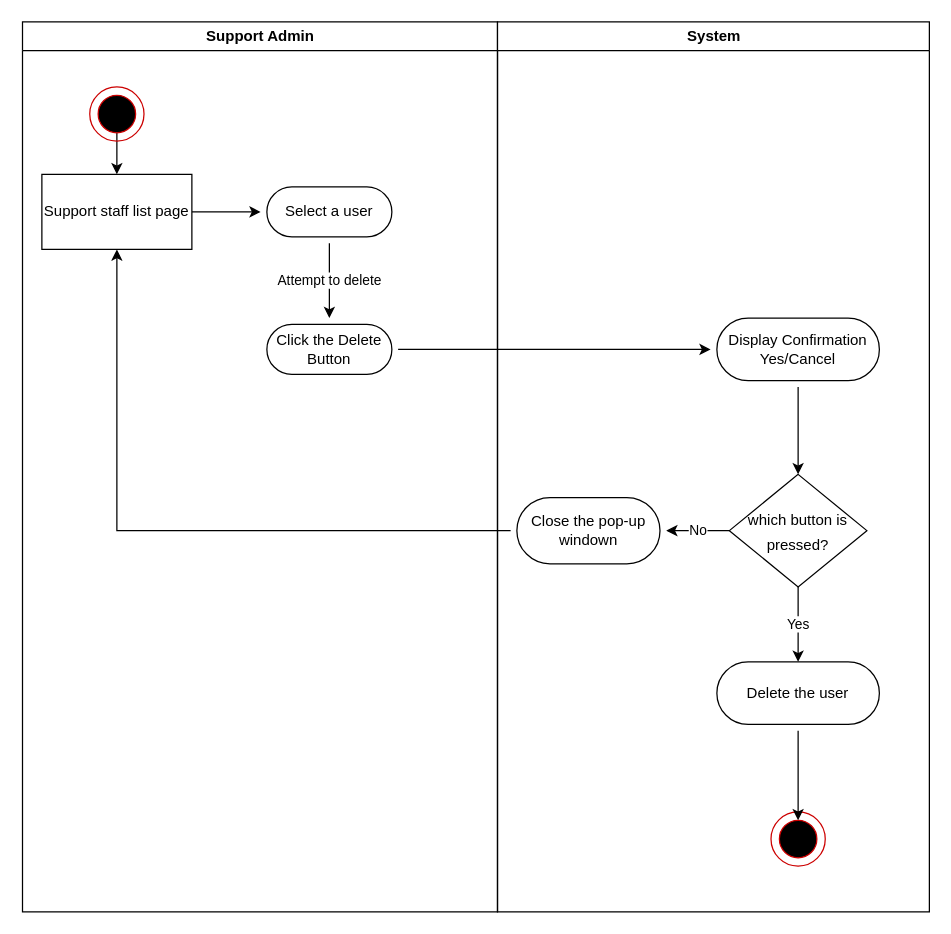
Earlier version of the draw.io diagram Activity_Diagrams/Support/DeleteSupportStaffAccount.drawio (Awrmani/AutoQuotes). Source tidied: cells renumbered, new cells numbered last; positions are measured from the earlier drawing's top-left corner, leaving out a move shared by most shapes. Both pictures are drawn from the tidied source at 125%, with x=0, y=0 at pixel (21, 21).
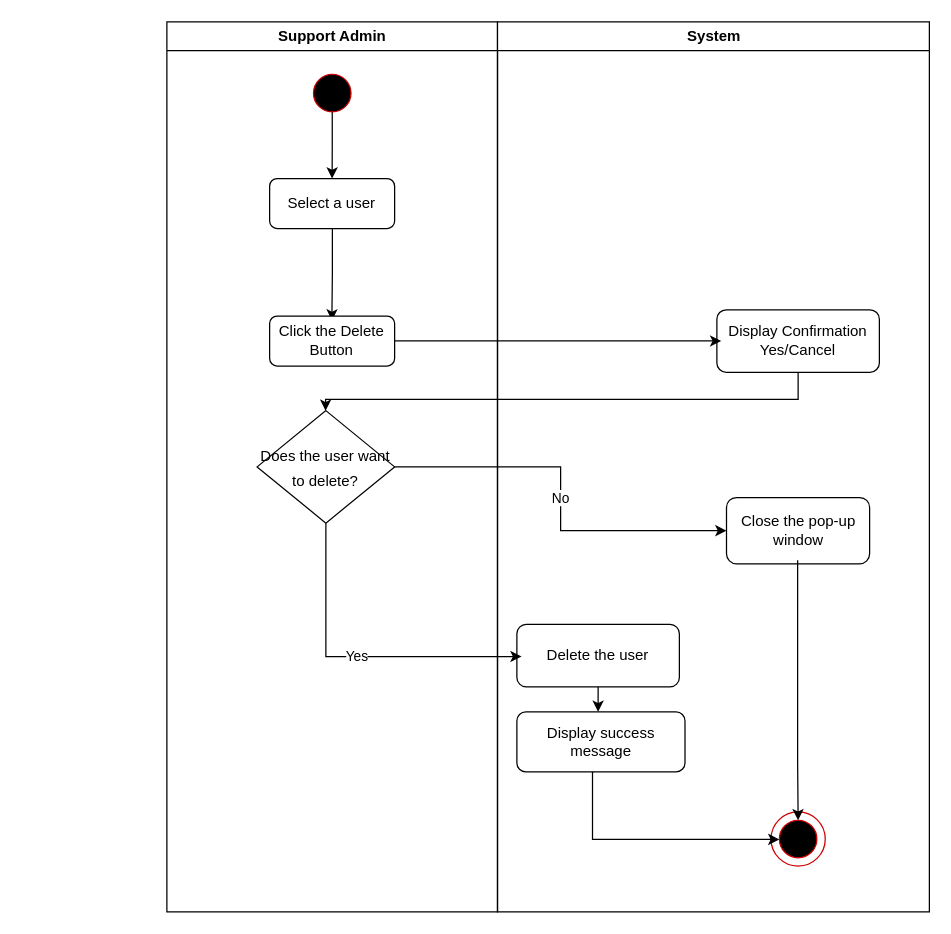
After the change.

The change refers to these unchanged cells:
```xml
<mxCell id="12" value="System" style="swimlane;whiteSpace=wrap;" parent="1" vertex="1">
  <mxGeometry x="380.5" width="345.5" height="712" as="geometry" />
</mxCell>
<mxCell id="21" style="ellipse;whiteSpace=wrap;html=1;fillColor=#000000;strokeColor=#CC0000;" parent="19" vertex="1">
  <mxGeometry x="6.7" y="6.7" width="30" height="30" as="geometry" />
</mxCell>
```

Change to the diagram source:
```diff
@@
     <mxCell id="2" value="Support Admin " style="swimlane;whiteSpace=wrap;" parent="1" vertex="1">
-      <mxGeometry x="0.5" width="380" height="712" as="geometry" />
+      <mxGeometry x="116" width="264.5" height="712" as="geometry" />
     </mxCell>
-    <mxCell id="3" style="edgeStyle=orthogonalEdgeStyle;rounded=0;jettySize=auto;html=1;" parent="2" edge="1" source="4" target="10">
-      <mxGeometry relative="1" as="geometry" />
-    </mxCell>
-    <mxCell id="4" value="Support staff list page" style="rounded=0;whiteSpace=wrap;html=1;" parent="2" vertex="1">
-      <mxGeometry x="15.5" y="122" width="120" height="60" as="geometry" />
-    </mxCell>
-    <mxCell id="5" style="edgeStyle=orthogonalEdgeStyle;rounded=0;jettySize=auto;html=1;" parent="2" edge="1" source="8" target="4">
+    <mxCell id="5" style="edgeStyle=orthogonalEdgeStyle;rounded=0;jettySize=auto;html=1;entryX=0.5;entryY=0;entryDx=0;entryDy=0;" parent="2" edge="1" source="8" target="10">
       <mxGeometry relative="1" as="geometry" />
     </mxCell>
-    <mxCell id="6" style="group;" parent="2" vertex="1">
-      <mxGeometry x="53.8" y="52" width="43.4" height="43.4" as="geometry" />
-    </mxCell>
-    <mxCell id="7" style="ellipse;whiteSpace=wrap;html=1;fillColor=none;strokeColor=#CC0000;" parent="6" vertex="1">
-      <mxGeometry width="43.4" height="43.4" as="geometry" />
-    </mxCell>
-    <mxCell id="8" style="ellipse;whiteSpace=wrap;html=1;fillColor=#000000;strokeColor=#CC0000;" parent="6" vertex="1">
-      <mxGeometry x="6.7" y="6.7" width="30" height="30" as="geometry" />
-    </mxCell>
-    <mxCell id="9" value="Attempt to delete" style="edgeStyle=orthogonalEdgeStyle;rounded=0;jettySize=auto;html=1;" parent="2" edge="1" source="10" target="11">
+    <mxCell id="9" style="edgeStyle=orthogonalEdgeStyle;rounded=0;jettySize=auto;html=1;entryX=0.498;entryY=0.088;entryDx=0;entryDy=0;entryPerimeter=0;exitX=0.502;exitY=0.931;exitDx=0;exitDy=0;exitPerimeter=0;" parent="2" edge="1" source="10" target="11">
       <mxGeometry relative="1" as="geometry" />
     </mxCell>
-    <mxCell id="10" value="Select a user" style="rounded=1;whiteSpace=wrap;html=1;perimeterSpacing=5;arcSize=50;" parent="2" vertex="1">
-      <mxGeometry x="195.5" y="132" width="100" height="40" as="geometry" />
+    <mxCell id="10" value="Select a user" style="rounded=1;whiteSpace=wrap;html=1;" parent="2" vertex="1">
+      <mxGeometry x="82.2" y="125.3" width="100" height="40" as="geometry" />
     </mxCell>
-    <mxCell id="11" value="Click the Delete Button" style="rounded=1;whiteSpace=wrap;html=1;perimeterSpacing=5;arcSize=50;" parent="2" vertex="1">
-      <mxGeometry x="195.5" y="242" width="100" height="40" as="geometry" />
+    <mxCell id="11" value="Click the Delete Button" style="rounded=1;whiteSpace=wrap;html=1;" parent="2" vertex="1">
+      <mxGeometry x="82.2" y="235.3" width="100" height="40" as="geometry" />
     </mxCell>
+    <mxCell id="6" style="group;" parent="2" vertex="1">
+      <mxGeometry x="223.8" y="42" width="43.4" height="43.4" as="geometry" />
+    </mxCell>
+    <mxCell id="8" style="ellipse;whiteSpace=wrap;html=1;fillColor=#000000;strokeColor=#CC0000;" parent="6" vertex="1">
+      <mxGeometry x="-106.5" width="30" height="30" as="geometry" />
+    </mxCell>
+    <mxCell id="17" value="&lt;span style=&quot;font-size: 12px;&quot;&gt;Does the user want to delete?&lt;br&gt;&lt;/span&gt;" style="rhombus;whiteSpace=wrap;html=1;fontSize=16;strokeColor=default;fillColor=default;" parent="2" vertex="1">
+      <mxGeometry x="72.2" y="311" width="110" height="90" as="geometry" />
+    </mxCell>
@@
-    <mxCell id="13" style="edgeStyle=orthogonalEdgeStyle;rounded=0;jettySize=auto;html=1;" parent="12" edge="1" source="14" target="17">
-      <mxGeometry relative="1" as="geometry" />
-    </mxCell>
-    <mxCell id="14" value="Display Confirmation Yes/Cancel" style="rounded=1;whiteSpace=wrap;html=1;perimeterSpacing=5;arcSize=50;" parent="12" vertex="1">
-      <mxGeometry x="175.5" y="237" width="130" height="50" as="geometry" />
+    <mxCell id="14" value="Display Confirmation Yes/Cancel" style="rounded=1;whiteSpace=wrap;html=1;" parent="12" vertex="1">
+      <mxGeometry x="175.5" y="230.3" width="130" height="50" as="geometry" />
     </mxCell>
-    <mxCell id="15" value="Yes" style="edgeStyle=orthogonalEdgeStyle;rounded=0;jettySize=auto;html=1;" parent="12" edge="1" source="17">
-      <mxGeometry relative="1" as="geometry">
-        <mxPoint x="240.5" y="512" as="targetPoint" />
-      </mxGeometry>
-    </mxCell>
-    <mxCell id="16" value="No" style="edgeStyle=orthogonalEdgeStyle;rounded=0;jettySize=auto;html=1;" parent="12" edge="1" source="17" target="18">
-      <mxGeometry relative="1" as="geometry" />
-    </mxCell>
-    <mxCell id="17" value="&lt;span style=&quot;font-size: 12px;&quot;&gt;which button is pressed?&lt;/span&gt;" style="rhombus;whiteSpace=wrap;html=1;fontSize=16;strokeColor=default;fillColor=default;" parent="12" vertex="1">
-      <mxGeometry x="185.5" y="362" width="110" height="90" as="geometry" />
-    </mxCell>
-    <mxCell id="18" value="Close the pop-up windown" style="rounded=1;whiteSpace=wrap;html=1;perimeterSpacing=5;arcSize=50;" parent="12" vertex="1">
-      <mxGeometry x="15.5" y="380.5" width="114.5" height="53" as="geometry" />
+    <mxCell id="18" value="Close the pop-up window" style="rounded=1;whiteSpace=wrap;html=1;" parent="12" vertex="1">
+      <mxGeometry x="183.2" y="380.5" width="114.5" height="53" as="geometry" />
     </mxCell>
@@
-    <mxCell id="22" style="edgeStyle=orthogonalEdgeStyle;rounded=0;jettySize=auto;html=1;" parent="12" edge="1" source="23" target="21">
-      <mxGeometry relative="1" as="geometry" />
+    <mxCell id="22" style="edgeStyle=orthogonalEdgeStyle;rounded=0;jettySize=auto;html=1;exitX=0.46;exitY=0.995;exitDx=0;exitDy=0;exitPerimeter=0;" parent="12" edge="1" source="27" target="21">
+      <mxGeometry relative="1" as="geometry">
+        <Array as="points">
+          <mxPoint x="76" y="654" />
+        </Array>
+      </mxGeometry>
     </mxCell>
+    <mxCell id="26" style="edgeStyle=orthogonalEdgeStyle;rounded=0;jettySize=auto;html=1;" parent="12" edge="1" source="23" target="27">
+      <mxGeometry relative="1" as="geometry">
+        <Array as="points">
+          <mxPoint x="81" y="542" />
+          <mxPoint x="81" y="542" />
+        </Array>
+      </mxGeometry>
+    </mxCell>
-    <mxCell id="23" value="Delete the user" style="rounded=1;whiteSpace=wrap;html=1;perimeterSpacing=5;arcSize=50;" parent="12" vertex="1">
-      <mxGeometry x="175.5" y="512" width="130" height="50" as="geometry" />
+    <mxCell id="23" value="Delete the user" style="rounded=1;whiteSpace=wrap;html=1;" parent="12" vertex="1">
+      <mxGeometry x="15.5" y="482" width="130" height="50" as="geometry" />
     </mxCell>
+    <mxCell id="25" style="edgeStyle=orthogonalEdgeStyle;rounded=0;jettySize=auto;html=1;entryX=0.5;entryY=0;entryDx=0;entryDy=0;exitX=0.497;exitY=0.946;exitDx=0;exitDy=0;exitPerimeter=0;" parent="12" edge="1" source="18" target="21">
+      <mxGeometry relative="1" as="geometry">
+        <Array as="points">
+          <mxPoint x="240" y="592" />
+          <mxPoint x="241" y="592" />
+        </Array>
+      </mxGeometry>
+    </mxCell>
+    <mxCell id="27" value="Display success message" style="rounded=1;whiteSpace=wrap;html=1;" parent="12" vertex="1">
+      <mxGeometry x="15.5" y="552" width="134.5" height="48" as="geometry" />
+    </mxCell>
-    <mxCell id="24" style="edgeStyle=orthogonalEdgeStyle;rounded=0;jettySize=auto;html=1;" parent="1" edge="1" source="11" target="14">
+    <mxCell id="24" style="edgeStyle=orthogonalEdgeStyle;rounded=0;jettySize=auto;html=1;entryX=0.027;entryY=0.499;entryDx=0;entryDy=0;entryPerimeter=0;" parent="1" edge="1" source="11" target="14">
       <mxGeometry relative="1" as="geometry" />
     </mxCell>
-    <mxCell id="25" style="edgeStyle=orthogonalEdgeStyle;rounded=0;jettySize=auto;html=1;entryX=0.5;entryY=1;entryDx=0;entryDy=0;" parent="1" edge="1" source="18" target="4">
-      <mxGeometry relative="1" as="geometry" />
-    </mxCell>
+    <mxCell id="13" style="edgeStyle=orthogonalEdgeStyle;rounded=0;jettySize=auto;html=1;" parent="1" edge="1" source="14" target="17">
+      <mxGeometry relative="1" as="geometry">
+        <Array as="points">
+          <mxPoint x="621" y="302" />
+          <mxPoint x="243" y="302" />
+        </Array>
+      </mxGeometry>
+    </mxCell>
+    <mxCell id="16" value="No" style="edgeStyle=orthogonalEdgeStyle;rounded=0;jettySize=auto;html=1;" parent="1" edge="1" source="17" target="18">
+      <mxGeometry relative="1" as="geometry" />
+    </mxCell>
+    <mxCell id="15" value="Yes" style="edgeStyle=orthogonalEdgeStyle;rounded=0;jettySize=auto;html=1;entryX=0.029;entryY=0.515;entryDx=0;entryDy=0;entryPerimeter=0;" parent="1" edge="1" source="17" target="23">
+      <mxGeometry relative="1" as="geometry">
+        <Array as="points">
+          <mxPoint x="243" y="508" />
+        </Array>
+      </mxGeometry>
+    </mxCell>
```
